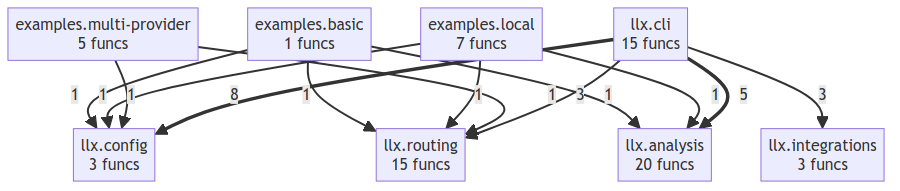
The Mermaid diagram project/compact_flow.png in semcod/llx, before a commit. Its source is kept beside it as project/compact_flow.mmd.
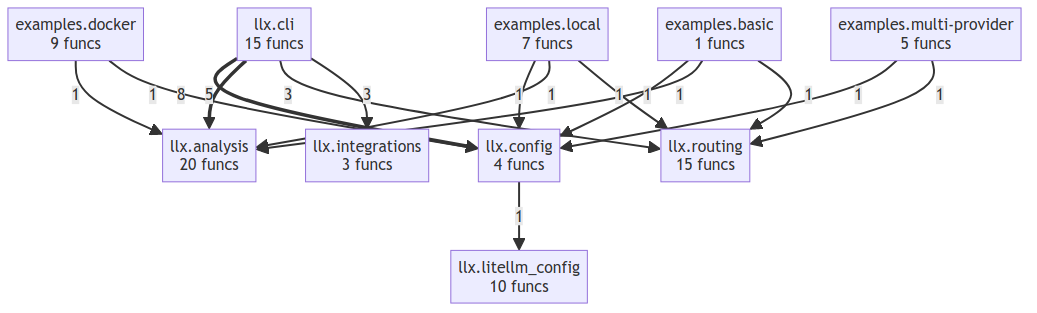
Later version of the same file.

What changed in the source:
```diff
@@ -1,16 +1,21 @@
 flowchart TD
     examples_basic["examples.basic<br/>1 funcs"]
+    examples_docker["examples.docker<br/>9 funcs"]
     examples_local["examples.local<br/>7 funcs"]
     examples_multi_provider["examples.multi-provider<br/>5 funcs"]
     llx_analysis["llx.analysis<br/>20 funcs"]
     llx_cli["llx.cli<br/>15 funcs"]
-    llx_config["llx.config<br/>3 funcs"]
+    llx_config["llx.config<br/>4 funcs"]
     llx_integrations["llx.integrations<br/>3 funcs"]
+    llx_litellm_config["llx.litellm_config<br/>10 funcs"]
     llx_routing["llx.routing<br/>15 funcs"]
     llx_cli ==>|8| llx_config
     llx_cli ==>|5| llx_analysis
     llx_cli -->|3| llx_routing
     llx_cli -->|3| llx_integrations
+    llx_config -->|1| llx_litellm_config
+    examples_docker -->|1| llx_analysis
+    examples_docker -->|1| llx_config
     examples_multi_provider -->|1| llx_config
     examples_multi_provider -->|1| llx_routing
     examples_local -->|1| llx_config
```
